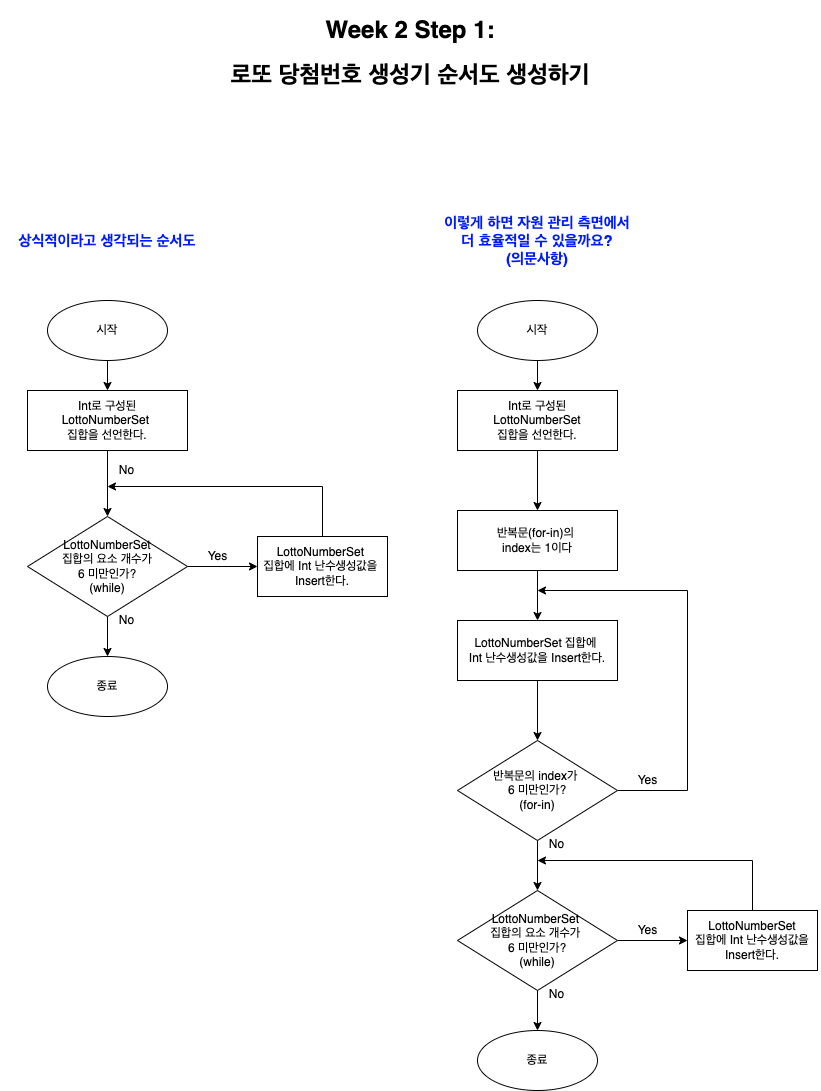
Before: week2_step1_LottoNumberGenerator_Flowchart.png, a diagram exported from draw.io (yagom-academy/swift-starter-Round2). Source tidied: cells renumbered, new cells last; positions are measured from the earlier drawing's top-left corner, leaving out a move shared by most shapes. Source of this version:
```xml
<mxGraphModel background="#ffffff">
  <root>
    <mxCell id="0" />
    <mxCell id="1" parent="0" />
    <mxCell id="2" value="&lt;h1&gt;Week 2 Step 1:&lt;/h1&gt;&lt;h1&gt;로또 당첨번호 생성기 순서도 생성하기&lt;/h1&gt;" style="text;html=1;strokeColor=none;fillColor=none;spacing=5;spacingTop=-20;whiteSpace=wrap;overflow=hidden;rounded=0;align=center;" parent="1" vertex="1">
      <mxGeometry width="820" height="90" as="geometry" />
    </mxCell>
    <mxCell id="3" style="edgeStyle=orthogonalEdgeStyle;rounded=0;jettySize=auto;html=1;" parent="1" edge="1" source="4" target="6">
      <mxGeometry relative="1" as="geometry" />
    </mxCell>
    <mxCell id="4" value="시작" style="ellipse;whiteSpace=wrap;html=1;" parent="1" vertex="1">
      <mxGeometry x="477" y="290" width="120" height="60" as="geometry" />
    </mxCell>
    <mxCell id="5" style="edgeStyle=orthogonalEdgeStyle;rounded=0;jettySize=auto;html=1;" parent="1" edge="1" source="6" target="8">
      <mxGeometry relative="1" as="geometry" />
    </mxCell>
    <mxCell id="6" value="Int로 구성된&lt;br&gt;LottoNumberSet&lt;br&gt;집합을 선언한다." style="whiteSpace=wrap;html=1;" parent="1" vertex="1">
      <mxGeometry x="457" y="380" width="160" height="60" as="geometry" />
    </mxCell>
    <mxCell id="7" style="edgeStyle=orthogonalEdgeStyle;rounded=0;jettySize=auto;html=1;" parent="1" edge="1" source="8" target="10">
      <mxGeometry relative="1" as="geometry" />
    </mxCell>
    <mxCell id="8" value="&lt;span&gt;반복문(for-in)의 &lt;br&gt;index는 1이다&lt;/span&gt;" style="whiteSpace=wrap;html=1;" parent="1" vertex="1">
      <mxGeometry x="457" y="500" width="160" height="60" as="geometry" />
    </mxCell>
    <mxCell id="9" style="edgeStyle=orthogonalEdgeStyle;rounded=0;jettySize=auto;html=1;" parent="1" edge="1" source="10" target="13">
      <mxGeometry relative="1" as="geometry" />
    </mxCell>
    <mxCell id="10" value="LottoNumberSet 집합에 &lt;br&gt;Int 난수생성값을 Insert한다." style="whiteSpace=wrap;html=1;" parent="1" vertex="1">
      <mxGeometry x="457" y="610" width="160" height="60" as="geometry" />
    </mxCell>
    <mxCell id="11" style="edgeStyle=orthogonalEdgeStyle;rounded=0;jettySize=auto;html=1;exitX=1;exitY=0.5;exitDx=0;exitDy=0;" parent="1" edge="1" source="13">
      <mxGeometry relative="1" as="geometry">
        <mxPoint x="537" y="580" as="targetPoint" />
        <Array as="points">
          <mxPoint x="687" y="780" />
          <mxPoint x="687" y="580" />
        </Array>
      </mxGeometry>
    </mxCell>
    <mxCell id="12" style="edgeStyle=orthogonalEdgeStyle;rounded=0;jettySize=auto;html=1;" parent="1" edge="1" source="13" target="16">
      <mxGeometry relative="1" as="geometry" />
    </mxCell>
    <mxCell id="13" value="반복문의 index가 &lt;br&gt;6 미만인가?&lt;br&gt;(for-in)" style="rhombus;whiteSpace=wrap;html=1;" parent="1" vertex="1">
      <mxGeometry x="457" y="730" width="160" height="100" as="geometry" />
    </mxCell>
    <mxCell id="14" style="edgeStyle=orthogonalEdgeStyle;rounded=0;jettySize=auto;html=1;" parent="1" edge="1" source="16" target="19">
      <mxGeometry relative="1" as="geometry" />
    </mxCell>
    <mxCell id="15" style="edgeStyle=orthogonalEdgeStyle;rounded=0;jettySize=auto;html=1;exitX=1;exitY=0.5;exitDx=0;exitDy=0;entryX=0;entryY=0.5;entryDx=0;entryDy=0;" parent="1" edge="1" source="16" target="18">
      <mxGeometry relative="1" as="geometry" />
    </mxCell>
    <mxCell id="16" value="LottoNumberSet &lt;br&gt;집합의 요소 개수가 &lt;br&gt;6 미만인가?&lt;br&gt;(while)" style="rhombus;whiteSpace=wrap;html=1;" parent="1" vertex="1">
      <mxGeometry x="457" y="880" width="160" height="100" as="geometry" />
    </mxCell>
    <mxCell id="17" style="edgeStyle=orthogonalEdgeStyle;rounded=0;jettySize=auto;html=1;exitX=0.5;exitY=0;exitDx=0;exitDy=0;" parent="1" edge="1" source="18">
      <mxGeometry relative="1" as="geometry">
        <mxPoint x="537" y="850" as="targetPoint" />
        <Array as="points">
          <mxPoint x="752" y="850" />
        </Array>
      </mxGeometry>
    </mxCell>
    <mxCell id="18" value="LottoNumberSet&lt;br&gt;집합에 Int 난수생성값을&lt;br&gt;Insert한다." style="whiteSpace=wrap;html=1;" parent="1" vertex="1">
      <mxGeometry x="687" y="900" width="130" height="60" as="geometry" />
    </mxCell>
    <mxCell id="19" value="종료" style="ellipse;whiteSpace=wrap;html=1;" parent="1" vertex="1">
      <mxGeometry x="477" y="1020" width="120" height="60" as="geometry" />
    </mxCell>
    <mxCell id="20" value="Yes" style="text;html=1;align=center;verticalAlign=middle;strokeColor=none;fillColor=none;" parent="1" vertex="1">
      <mxGeometry x="627" y="910" width="40" height="20" as="geometry" />
    </mxCell>
    <mxCell id="21" value="Yes" style="text;html=1;align=center;verticalAlign=middle;strokeColor=none;fillColor=none;" parent="1" vertex="1">
      <mxGeometry x="627" y="760" width="40" height="20" as="geometry" />
    </mxCell>
    <mxCell id="22" value="No" style="text;html=1;align=center;verticalAlign=middle;strokeColor=none;fillColor=none;" parent="1" vertex="1">
      <mxGeometry x="541" y="974" width="30" height="20" as="geometry" />
    </mxCell>
    <mxCell id="23" value="No" style="text;html=1;align=center;verticalAlign=middle;strokeColor=none;fillColor=none;" parent="1" vertex="1">
      <mxGeometry x="541" y="824" width="30" height="20" as="geometry" />
    </mxCell>
    <mxCell id="24" style="edgeStyle=orthogonalEdgeStyle;rounded=0;jettySize=auto;html=1;" parent="1" edge="1" source="25" target="27">
      <mxGeometry relative="1" as="geometry" />
    </mxCell>
    <mxCell id="25" value="시작" style="ellipse;whiteSpace=wrap;html=1;" parent="1" vertex="1">
      <mxGeometry x="47" y="290" width="120" height="60" as="geometry" />
    </mxCell>
    <mxCell id="26" style="edgeStyle=orthogonalEdgeStyle;rounded=0;jettySize=auto;html=1;exitX=0.5;exitY=1;exitDx=0;exitDy=0;entryX=0.5;entryY=0;entryDx=0;entryDy=0;" parent="1" edge="1" source="27" target="30">
      <mxGeometry relative="1" as="geometry" />
    </mxCell>
    <mxCell id="27" value="Int로 구성된&lt;br&gt;LottoNumberSet &lt;br&gt;집합을 선언한다." style="whiteSpace=wrap;html=1;" parent="1" vertex="1">
      <mxGeometry x="27" y="380" width="160" height="60" as="geometry" />
    </mxCell>
    <mxCell id="28" style="edgeStyle=orthogonalEdgeStyle;rounded=0;jettySize=auto;html=1;" parent="1" edge="1" source="30" target="33">
      <mxGeometry relative="1" as="geometry" />
    </mxCell>
    <mxCell id="29" style="edgeStyle=orthogonalEdgeStyle;rounded=0;jettySize=auto;html=1;exitX=1;exitY=0.5;exitDx=0;exitDy=0;entryX=0;entryY=0.5;entryDx=0;entryDy=0;" parent="1" edge="1" source="30" target="32">
      <mxGeometry relative="1" as="geometry" />
    </mxCell>
    <mxCell id="30" value="LottoNumberSet&lt;br&gt;집합의 요소 개수가&lt;br&gt;6 미만인가?&lt;br&gt;(while)" style="rhombus;whiteSpace=wrap;html=1;" parent="1" vertex="1">
      <mxGeometry x="27" y="506" width="160" height="100" as="geometry" />
    </mxCell>
    <mxCell id="31" style="edgeStyle=orthogonalEdgeStyle;rounded=0;jettySize=auto;html=1;exitX=0.5;exitY=0;exitDx=0;exitDy=0;" parent="1" edge="1" source="32">
      <mxGeometry relative="1" as="geometry">
        <mxPoint x="107" y="476" as="targetPoint" />
        <Array as="points">
          <mxPoint x="322" y="476" />
        </Array>
      </mxGeometry>
    </mxCell>
    <mxCell id="32" value="LottoNumberSet &lt;br&gt;집합에 Int 난수생성값을 &lt;br&gt;Insert한다." style="whiteSpace=wrap;html=1;" parent="1" vertex="1">
      <mxGeometry x="257" y="526" width="130" height="60" as="geometry" />
    </mxCell>
    <mxCell id="33" value="종료" style="ellipse;whiteSpace=wrap;html=1;" parent="1" vertex="1">
      <mxGeometry x="47" y="646" width="120" height="60" as="geometry" />
    </mxCell>
    <mxCell id="34" value="Yes" style="text;html=1;align=center;verticalAlign=middle;strokeColor=none;fillColor=none;" parent="1" vertex="1">
      <mxGeometry x="197" y="536" width="40" height="20" as="geometry" />
    </mxCell>
    <mxCell id="35" value="No" style="text;html=1;align=center;verticalAlign=middle;strokeColor=none;fillColor=none;" parent="1" vertex="1">
      <mxGeometry x="111" y="600" width="30" height="20" as="geometry" />
    </mxCell>
    <mxCell id="36" value="No" style="text;html=1;align=center;verticalAlign=middle;strokeColor=none;fillColor=none;" parent="1" vertex="1">
      <mxGeometry x="111" y="450" width="30" height="20" as="geometry" />
    </mxCell>
    <mxCell id="37" value="이렇게 하면 자원 관리 측면에서 더 효율적일 수 있을까요?&lt;br&gt;(의문사항)" style="text;html=1;strokeColor=none;fillColor=none;align=center;verticalAlign=middle;whiteSpace=wrap;rounded=0;fontSize=15;fontStyle=1;fontColor=#001AFF;" parent="1" vertex="1">
      <mxGeometry x="437" y="200" width="200" height="60" as="geometry" />
    </mxCell>
    <mxCell id="38" value="상식적이라고 생각되는 순서도" style="text;html=1;strokeColor=none;fillColor=none;align=center;verticalAlign=middle;whiteSpace=wrap;rounded=0;fontSize=15;fontStyle=1;fontColor=#001AFF;" parent="1" vertex="1">
      <mxGeometry x="7" y="200" width="200" height="60" as="geometry" />
    </mxCell>
  </root>
</mxGraphModel>
```
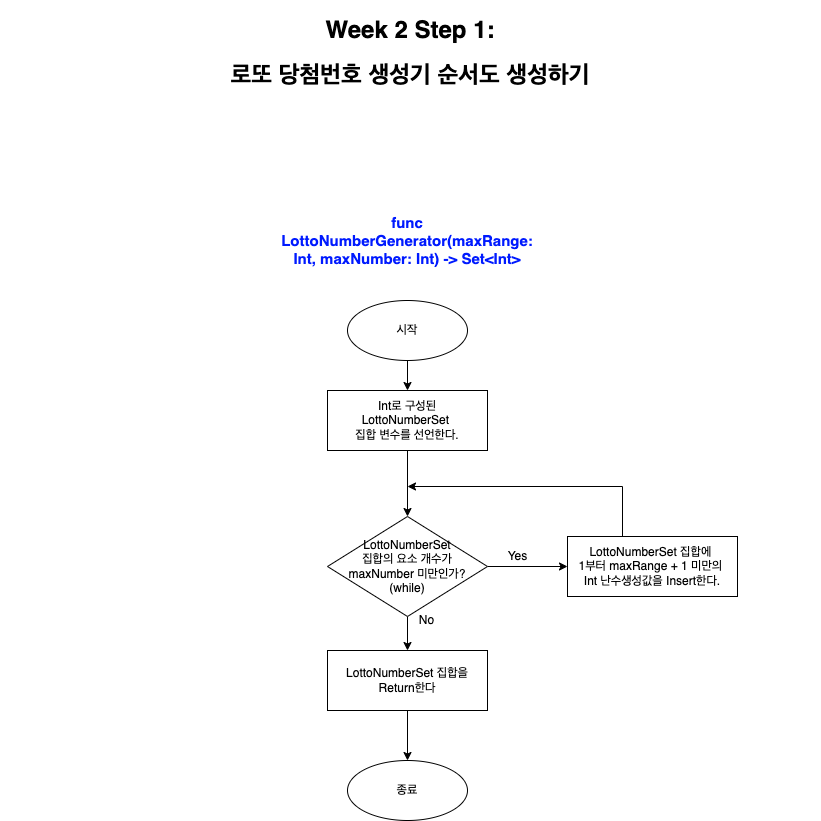
The same diagram one commit later.

Commit message:
[FIX] Week 2 Step 1 Flowchart의 Return 값 반영 안 된 오류 수정, for문 진행 후 while문 돌리는 순서도 삭제

What changed in the source:
```diff
@@ -3,82 +3,8 @@
     <mxCell id="0" />
     <mxCell id="1" parent="0" />
     <mxCell id="2" value="&lt;h1&gt;Week 2 Step 1:&lt;/h1&gt;&lt;h1&gt;로또 당첨번호 생성기 순서도 생성하기&lt;/h1&gt;" style="text;html=1;strokeColor=none;fillColor=none;spacing=5;spacingTop=-20;whiteSpace=wrap;overflow=hidden;rounded=0;align=center;" parent="1" vertex="1">
-      <mxGeometry width="820" height="90" as="geometry" />
+      <mxGeometry x="-300" width="820" height="90" as="geometry" />
     </mxCell>
-    <mxCell id="3" style="edgeStyle=orthogonalEdgeStyle;rounded=0;jettySize=auto;html=1;" parent="1" edge="1" source="4" target="6">
-      <mxGeometry relative="1" as="geometry" />
-    </mxCell>
-    <mxCell id="4" value="시작" style="ellipse;whiteSpace=wrap;html=1;" parent="1" vertex="1">
-      <mxGeometry x="477" y="290" width="120" height="60" as="geometry" />
-    </mxCell>
-    <mxCell id="5" style="edgeStyle=orthogonalEdgeStyle;rounded=0;jettySize=auto;html=1;" parent="1" edge="1" source="6" target="8">
-      <mxGeometry relative="1" as="geometry" />
-    </mxCell>
-    <mxCell id="6" value="Int로 구성된&lt;br&gt;LottoNumberSet&lt;br&gt;집합을 선언한다." style="whiteSpace=wrap;html=1;" parent="1" vertex="1">
-      <mxGeometry x="457" y="380" width="160" height="60" as="geometry" />
-    </mxCell>
-    <mxCell id="7" style="edgeStyle=orthogonalEdgeStyle;rounded=0;jettySize=auto;html=1;" parent="1" edge="1" source="8" target="10">
-      <mxGeometry relative="1" as="geometry" />
-    </mxCell>
-    <mxCell id="8" value="&lt;span&gt;반복문(for-in)의 &lt;br&gt;index는 1이다&lt;/span&gt;" style="whiteSpace=wrap;html=1;" parent="1" vertex="1">
-      <mxGeometry x="457" y="500" width="160" height="60" as="geometry" />
-    </mxCell>
-    <mxCell id="9" style="edgeStyle=orthogonalEdgeStyle;rounded=0;jettySize=auto;html=1;" parent="1" edge="1" source="10" target="13">
-      <mxGeometry relative="1" as="geometry" />
-    </mxCell>
-    <mxCell id="10" value="LottoNumberSet 집합에 &lt;br&gt;Int 난수생성값을 Insert한다." style="whiteSpace=wrap;html=1;" parent="1" vertex="1">
-      <mxGeometry x="457" y="610" width="160" height="60" as="geometry" />
-    </mxCell>
-    <mxCell id="11" style="edgeStyle=orthogonalEdgeStyle;rounded=0;jettySize=auto;html=1;exitX=1;exitY=0.5;exitDx=0;exitDy=0;" parent="1" edge="1" source="13">
-      <mxGeometry relative="1" as="geometry">
-        <mxPoint x="537" y="580" as="targetPoint" />
-        <Array as="points">
-          <mxPoint x="687" y="780" />
-          <mxPoint x="687" y="580" />
-        </Array>
-      </mxGeometry>
-    </mxCell>
-    <mxCell id="12" style="edgeStyle=orthogonalEdgeStyle;rounded=0;jettySize=auto;html=1;" parent="1" edge="1" source="13" target="16">
-      <mxGeometry relative="1" as="geometry" />
-    </mxCell>
-    <mxCell id="13" value="반복문의 index가 &lt;br&gt;6 미만인가?&lt;br&gt;(for-in)" style="rhombus;whiteSpace=wrap;html=1;" parent="1" vertex="1">
-      <mxGeometry x="457" y="730" width="160" height="100" as="geometry" />
-    </mxCell>
-    <mxCell id="14" style="edgeStyle=orthogonalEdgeStyle;rounded=0;jettySize=auto;html=1;" parent="1" edge="1" source="16" target="19">
-      <mxGeometry relative="1" as="geometry" />
-    </mxCell>
-    <mxCell id="15" style="edgeStyle=orthogonalEdgeStyle;rounded=0;jettySize=auto;html=1;exitX=1;exitY=0.5;exitDx=0;exitDy=0;entryX=0;entryY=0.5;entryDx=0;entryDy=0;" parent="1" edge="1" source="16" target="18">
-      <mxGeometry relative="1" as="geometry" />
-    </mxCell>
-    <mxCell id="16" value="LottoNumberSet &lt;br&gt;집합의 요소 개수가 &lt;br&gt;6 미만인가?&lt;br&gt;(while)" style="rhombus;whiteSpace=wrap;html=1;" parent="1" vertex="1">
-      <mxGeometry x="457" y="880" width="160" height="100" as="geometry" />
-    </mxCell>
-    <mxCell id="17" style="edgeStyle=orthogonalEdgeStyle;rounded=0;jettySize=auto;html=1;exitX=0.5;exitY=0;exitDx=0;exitDy=0;" parent="1" edge="1" source="18">
-      <mxGeometry relative="1" as="geometry">
-        <mxPoint x="537" y="850" as="targetPoint" />
-        <Array as="points">
-          <mxPoint x="752" y="850" />
-        </Array>
-      </mxGeometry>
-    </mxCell>
-    <mxCell id="18" value="LottoNumberSet&lt;br&gt;집합에 Int 난수생성값을&lt;br&gt;Insert한다." style="whiteSpace=wrap;html=1;" parent="1" vertex="1">
-      <mxGeometry x="687" y="900" width="130" height="60" as="geometry" />
-    </mxCell>
-    <mxCell id="19" value="종료" style="ellipse;whiteSpace=wrap;html=1;" parent="1" vertex="1">
-      <mxGeometry x="477" y="1020" width="120" height="60" as="geometry" />
-    </mxCell>
-    <mxCell id="20" value="Yes" style="text;html=1;align=center;verticalAlign=middle;strokeColor=none;fillColor=none;" parent="1" vertex="1">
-      <mxGeometry x="627" y="910" width="40" height="20" as="geometry" />
-    </mxCell>
-    <mxCell id="21" value="Yes" style="text;html=1;align=center;verticalAlign=middle;strokeColor=none;fillColor=none;" parent="1" vertex="1">
-      <mxGeometry x="627" y="760" width="40" height="20" as="geometry" />
-    </mxCell>
-    <mxCell id="22" value="No" style="text;html=1;align=center;verticalAlign=middle;strokeColor=none;fillColor=none;" parent="1" vertex="1">
-      <mxGeometry x="541" y="974" width="30" height="20" as="geometry" />
-    </mxCell>
-    <mxCell id="23" value="No" style="text;html=1;align=center;verticalAlign=middle;strokeColor=none;fillColor=none;" parent="1" vertex="1">
-      <mxGeometry x="541" y="824" width="30" height="20" as="geometry" />
-    </mxCell>
     <mxCell id="24" style="edgeStyle=orthogonalEdgeStyle;rounded=0;jettySize=auto;html=1;" parent="1" edge="1" source="25" target="27">
       <mxGeometry relative="1" as="geometry" />
     </mxCell>
@@ -88,16 +14,16 @@
     <mxCell id="26" style="edgeStyle=orthogonalEdgeStyle;rounded=0;jettySize=auto;html=1;exitX=0.5;exitY=1;exitDx=0;exitDy=0;entryX=0.5;entryY=0;entryDx=0;entryDy=0;" parent="1" edge="1" source="27" target="30">
       <mxGeometry relative="1" as="geometry" />
     </mxCell>
-    <mxCell id="27" value="Int로 구성된&lt;br&gt;LottoNumberSet &lt;br&gt;집합을 선언한다." style="whiteSpace=wrap;html=1;" parent="1" vertex="1">
+    <mxCell id="27" value="Int로 구성된&lt;br&gt;LottoNumberSet &lt;br&gt;집합 변수를 선언한다." style="whiteSpace=wrap;html=1;" parent="1" vertex="1">
       <mxGeometry x="27" y="380" width="160" height="60" as="geometry" />
     </mxCell>
-    <mxCell id="28" style="edgeStyle=orthogonalEdgeStyle;rounded=0;jettySize=auto;html=1;" parent="1" edge="1" source="30" target="33">
+    <mxCell id="28" style="edgeStyle=orthogonalEdgeStyle;rounded=0;jettySize=auto;html=1;entryX=0.5;entryY=0;entryDx=0;entryDy=0;" parent="1" edge="1" source="30" target="40">
       <mxGeometry relative="1" as="geometry" />
     </mxCell>
     <mxCell id="29" style="edgeStyle=orthogonalEdgeStyle;rounded=0;jettySize=auto;html=1;exitX=1;exitY=0.5;exitDx=0;exitDy=0;entryX=0;entryY=0.5;entryDx=0;entryDy=0;" parent="1" edge="1" source="30" target="32">
       <mxGeometry relative="1" as="geometry" />
     </mxCell>
-    <mxCell id="30" value="LottoNumberSet&lt;br&gt;집합의 요소 개수가&lt;br&gt;6 미만인가?&lt;br&gt;(while)" style="rhombus;whiteSpace=wrap;html=1;" parent="1" vertex="1">
+    <mxCell id="30" value="LottoNumberSet&lt;br&gt;집합의 요소 개수가&lt;br&gt;maxNumber 미만인가?&lt;br&gt;(while)" style="rhombus;whiteSpace=wrap;html=1;" parent="1" vertex="1">
       <mxGeometry x="27" y="506" width="160" height="100" as="geometry" />
     </mxCell>
     <mxCell id="31" style="edgeStyle=orthogonalEdgeStyle;rounded=0;jettySize=auto;html=1;exitX=0.5;exitY=0;exitDx=0;exitDy=0;" parent="1" edge="1" source="32">
@@ -108,26 +34,26 @@
         </Array>
       </mxGeometry>
     </mxCell>
-    <mxCell id="32" value="LottoNumberSet &lt;br&gt;집합에 Int 난수생성값을 &lt;br&gt;Insert한다." style="whiteSpace=wrap;html=1;" parent="1" vertex="1">
-      <mxGeometry x="257" y="526" width="130" height="60" as="geometry" />
+    <mxCell id="32" value="LottoNumberSet 집합에 &lt;br&gt;1부터 maxRange + 1 미만의 &lt;br&gt;Int 난수생성값을 Insert한다." style="whiteSpace=wrap;html=1;" parent="1" vertex="1">
+      <mxGeometry x="267" y="526" width="170" height="60" as="geometry" />
     </mxCell>
-    <mxCell id="33" value="종료" style="ellipse;whiteSpace=wrap;html=1;" parent="1" vertex="1">
-      <mxGeometry x="47" y="646" width="120" height="60" as="geometry" />
-    </mxCell>
     <mxCell id="34" value="Yes" style="text;html=1;align=center;verticalAlign=middle;strokeColor=none;fillColor=none;" parent="1" vertex="1">
       <mxGeometry x="197" y="536" width="40" height="20" as="geometry" />
     </mxCell>
     <mxCell id="35" value="No" style="text;html=1;align=center;verticalAlign=middle;strokeColor=none;fillColor=none;" parent="1" vertex="1">
       <mxGeometry x="111" y="600" width="30" height="20" as="geometry" />
     </mxCell>
-    <mxCell id="36" value="No" style="text;html=1;align=center;verticalAlign=middle;strokeColor=none;fillColor=none;" parent="1" vertex="1">
-      <mxGeometry x="111" y="450" width="30" height="20" as="geometry" />
-    </mxCell>
-    <mxCell id="37" value="이렇게 하면 자원 관리 측면에서 더 효율적일 수 있을까요?&lt;br&gt;(의문사항)" style="text;html=1;strokeColor=none;fillColor=none;align=center;verticalAlign=middle;whiteSpace=wrap;rounded=0;fontSize=15;fontStyle=1;fontColor=#001AFF;" parent="1" vertex="1">
-      <mxGeometry x="437" y="200" width="200" height="60" as="geometry" />
-    </mxCell>
-    <mxCell id="38" value="상식적이라고 생각되는 순서도" style="text;html=1;strokeColor=none;fillColor=none;align=center;verticalAlign=middle;whiteSpace=wrap;rounded=0;fontSize=15;fontStyle=1;fontColor=#001AFF;" parent="1" vertex="1">
+    <mxCell id="38" value="func LottoNumberGenerator(maxRange: Int, maxNumber: Int) -&amp;gt; Set&amp;lt;Int&amp;gt;" style="text;html=1;strokeColor=none;fillColor=none;align=center;verticalAlign=middle;whiteSpace=wrap;rounded=0;fontSize=15;fontStyle=1;fontColor=#001AFF;" parent="1" vertex="1">
       <mxGeometry x="7" y="200" width="200" height="60" as="geometry" />
     </mxCell>
+    <mxCell id="39" style="edgeStyle=orthogonalEdgeStyle;rounded=0;jettySize=auto;html=1;exitX=0.5;exitY=1;exitDx=0;exitDy=0;entryX=0.5;entryY=0;entryDx=0;entryDy=0;" parent="1" edge="1" source="40" target="41">
+      <mxGeometry relative="1" as="geometry" />
+    </mxCell>
+    <mxCell id="40" value="LottoNumberSet 집합을&lt;br&gt;Return한다" style="whiteSpace=wrap;html=1;" parent="1" vertex="1">
+      <mxGeometry x="27" y="640" width="160" height="60" as="geometry" />
+    </mxCell>
+    <mxCell id="41" value="종료" style="ellipse;whiteSpace=wrap;html=1;" parent="1" vertex="1">
+      <mxGeometry x="47" y="750" width="120" height="60" as="geometry" />
+    </mxCell>
   </root>
 </mxGraphModel>
```
